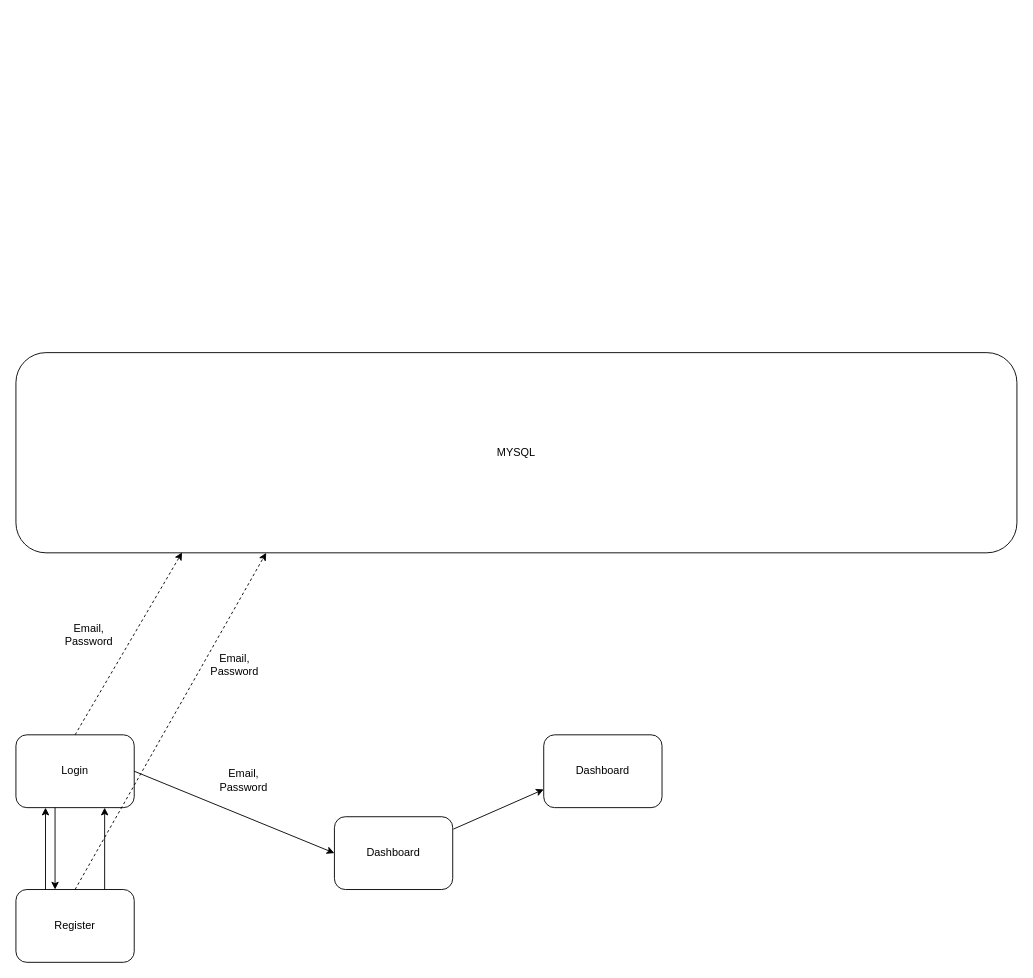
DeMeyerRobin/IndustryProject-BariatricSurgeryG1 keeps this draw.io diagram as frontend/ApplicationDiagram.drawio. Above is the earlier version. Source tidied: cells renumbered, new cells numbered last; positions are measured from the earlier drawing's top-left corner, leaving out a move shared by most shapes. Both pictures are drawn from the tidied source at 91%, with x=0, y=0 at pixel (15, 352).
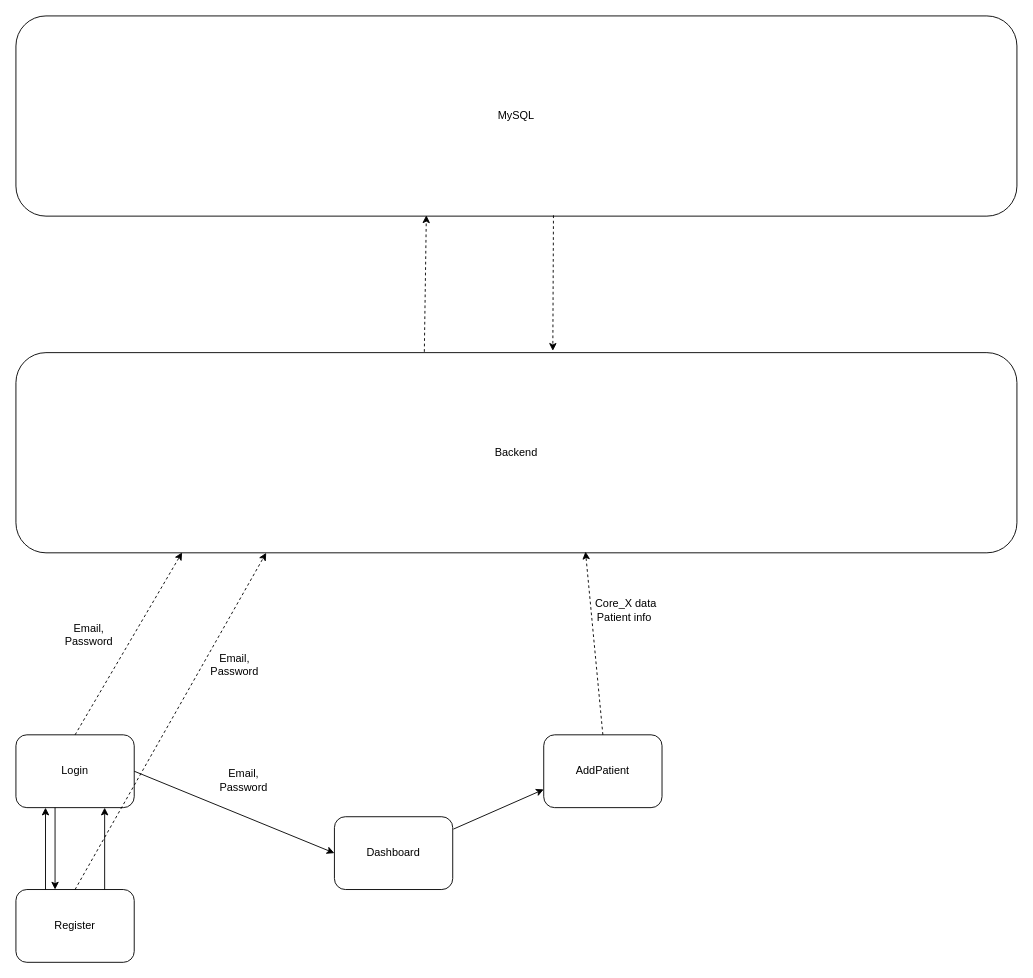
The same page after the edit.

Commit message (it also covers changes not shown here):
Patient list in dashboard implemented with patient info from MySQL

Change to the diagram source:
```diff
@@
-    <mxCell id="7" value="MYSQL" style="rounded=1;whiteSpace=wrap;html=1;" parent="1" vertex="1">
+    <mxCell id="7" value="Backend" style="rounded=1;whiteSpace=wrap;html=1;" parent="1" vertex="1">
       <mxGeometry width="1100" height="220" as="geometry" />
     </mxCell>
@@
-    <mxCell id="15" value="Dashboard" style="rounded=1;whiteSpace=wrap;html=1;" parent="1" vertex="1">
+    <mxCell id="15" value="AddPatient" style="rounded=1;whiteSpace=wrap;html=1;" parent="1" vertex="1">
       <mxGeometry x="580" y="420" width="130" height="80" as="geometry" />
     </mxCell>
@@
+    <mxCell id="17" style="endArrow=classic;html=1;rounded=0;exitX=0.5;exitY=0;exitDx=0;exitDy=0;entryX=0.569;entryY=0.994;entryDx=0;entryDy=0;dashed=1;entryPerimeter=0;" parent="1" edge="1" source="15" target="7">
+      <mxGeometry relative="1" as="geometry" />
+    </mxCell>
+    <mxCell id="18" value="Core_X data&lt;div&gt;Patient info&amp;nbsp;&lt;/div&gt;" style="text;html=1;align=center;verticalAlign=middle;strokeColor=none;fillColor=none;" parent="1" vertex="1">
+      <mxGeometry x="625" y="263" width="90" height="40" as="geometry" />
+    </mxCell>
+    <mxCell id="19" value="MySQL" style="rounded=1;whiteSpace=wrap;html=1;" parent="1" vertex="1">
+      <mxGeometry y="-370" width="1100" height="220" as="geometry" />
+    </mxCell>
+    <mxCell id="20" style="endArrow=classic;html=1;rounded=0;exitX=0.408;exitY=-0.004;exitDx=0;exitDy=0;entryX=0.41;entryY=0.996;entryDx=0;entryDy=0;dashed=1;exitPerimeter=0;entryPerimeter=0;" parent="1" edge="1" source="7" target="19">
+      <mxGeometry relative="1" as="geometry" />
+    </mxCell>
+    <mxCell id="21" style="endArrow=classic;html=1;rounded=0;exitX=0.537;exitY=0.996;exitDx=0;exitDy=0;dashed=1;exitPerimeter=0;" parent="1" edge="1" source="19">
+      <mxGeometry relative="1" as="geometry">
+        <mxPoint x="590" y="-2" as="targetPoint" />
+      </mxGeometry>
+    </mxCell>
```
